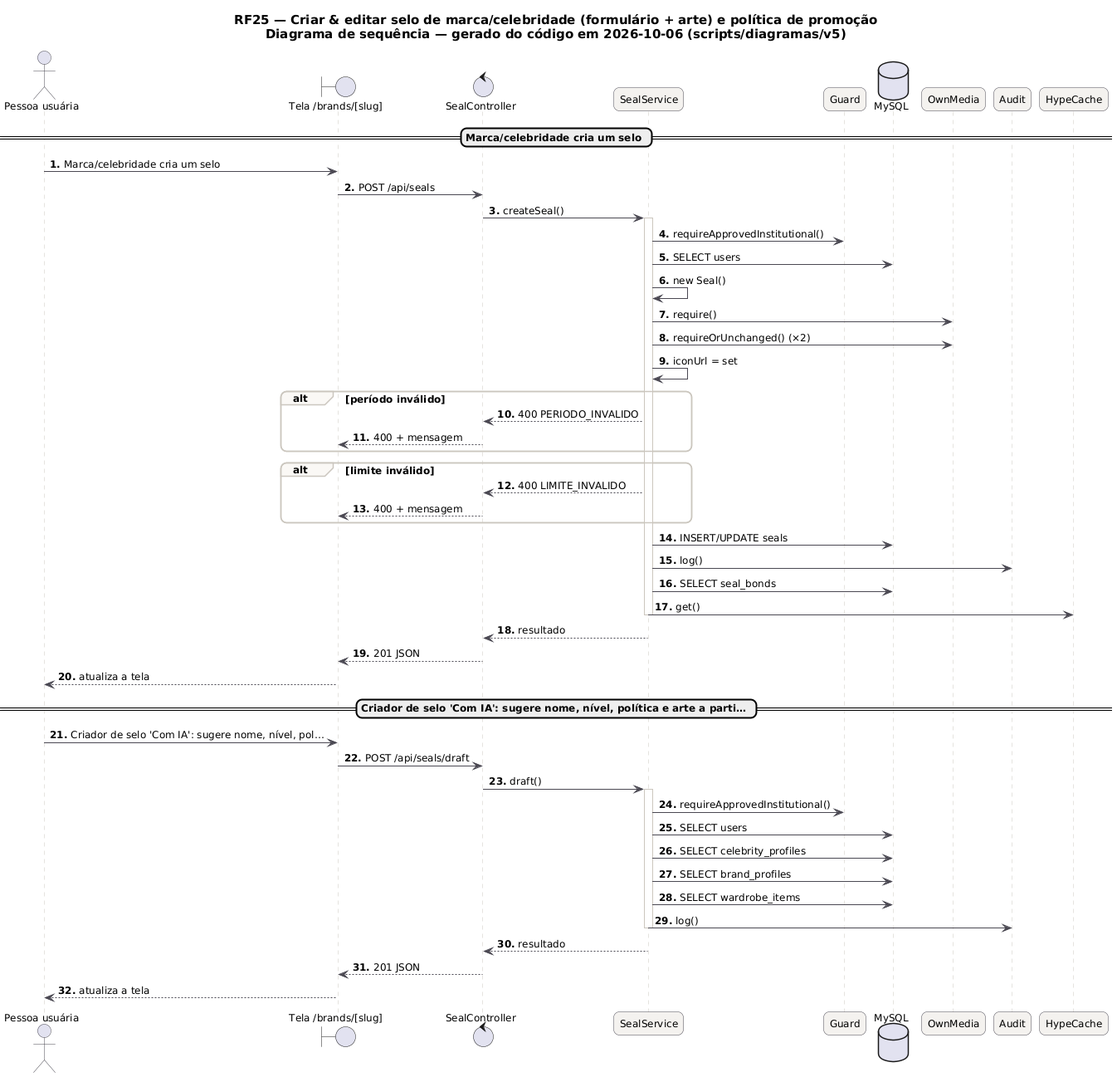
The PlantUML diagram docs/diagramas/RF25/RF25_Sequencia.png in MatheusHaliski/tcc-2026-fashion-ai-backend, before a commit.
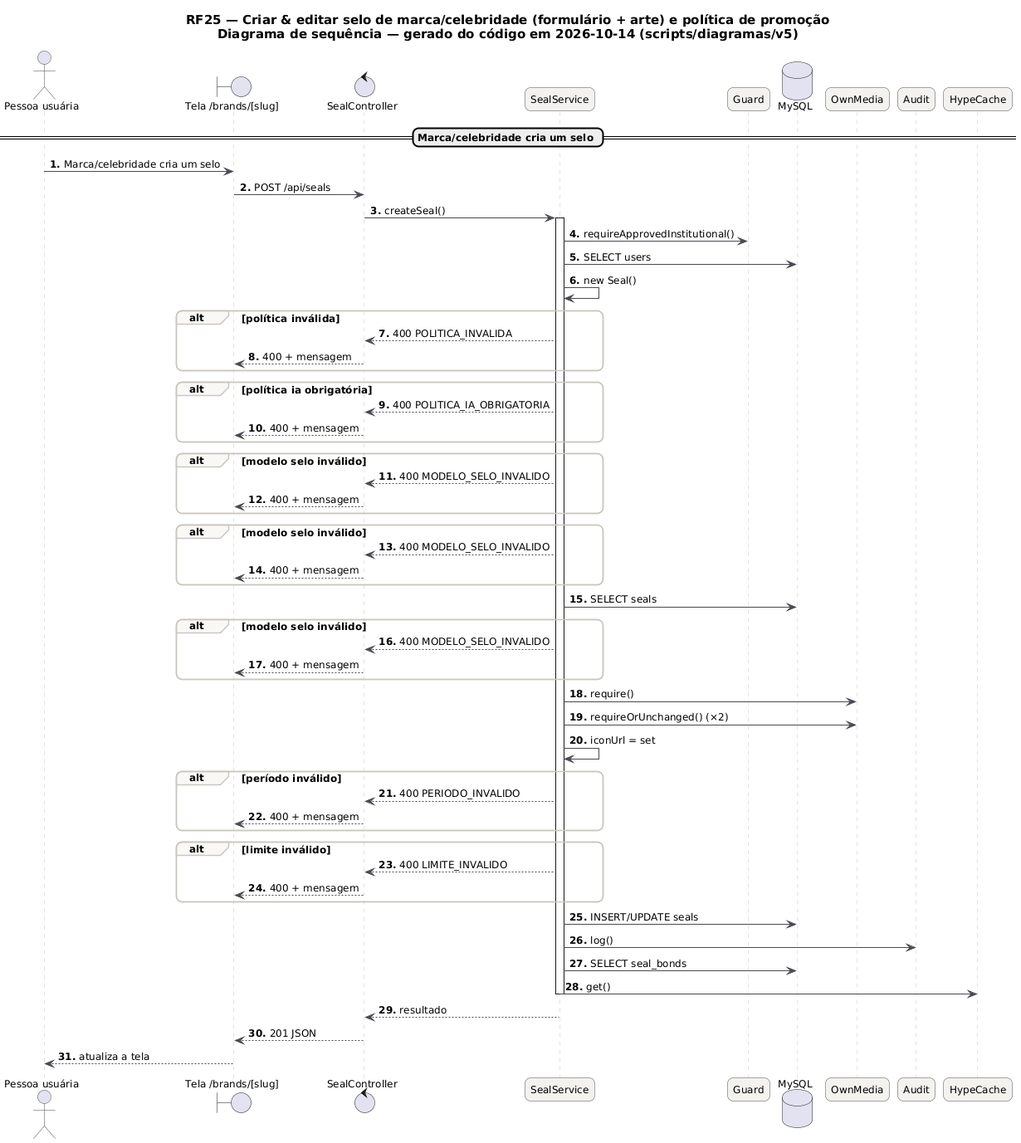
The same file after the commit.

What changed in the source:
```diff
@@ -21,7 +21,7 @@
   GroupBackgroundColor #FAF8F5
 }
 autonumber "<b>0."
-title RF25 — Criar & editar selo de marca/celebridade (formulário + arte) e política de promoção\nDiagrama de sequência — gerado do código em 2026-10-06 (scripts/diagramas/v5)
+title RF25 — Criar & editar selo de marca/celebridade (formulário + arte) e política de promoção\nDiagrama de sequência — gerado do código em 2026-10-14 (scripts/diagramas/v5)
 
 actor "Pessoa usuária" as U
 boundary "Tela /brands/[slug]" as P
@@ -40,6 +40,27 @@
 SealService -> Guard : requireApprovedInstitutional()
 SealService -> DB_MySQL : SELECT users
 SealService -> SealService : new Seal()
+alt política inválida
+SealService --> SealController : 400 POLITICA_INVALIDA
+SealController --> P : 400 + mensagem
+end
+alt política ia obrigatória
+SealService --> SealController : 400 POLITICA_IA_OBRIGATORIA
+SealController --> P : 400 + mensagem
+end
+alt modelo selo inválido
+SealService --> SealController : 400 MODELO_SELO_INVALIDO
+SealController --> P : 400 + mensagem
+end
+alt modelo selo inválido
+SealService --> SealController : 400 MODELO_SELO_INVALIDO
+SealController --> P : 400 + mensagem
+end
+SealService -> DB_MySQL : SELECT seals
+alt modelo selo inválido
+SealService --> SealController : 400 MODELO_SELO_INVALIDO
+SealController --> P : 400 + mensagem
+end
 SealService -> OwnMedia : require()
 SealService -> OwnMedia : requireOrUnchanged() (×2)
 SealService -> SealService : iconUrl = set
@@ -59,19 +80,4 @@
 SealService --> SealController : resultado
 SealController --> P : 201 JSON
 P --> U : atualiza a tela
-== Criador de selo 'Com IA': sugere nome, nível, política e arte a parti… ==
-U -> P : Criador de selo 'Com IA': sugere nome, nível, pol…
-P -> SealController : POST /api/seals/draft
-SealController -> SealService : draft()
-activate SealService
-SealService -> Guard : requireApprovedInstitutional()
-SealService -> DB_MySQL : SELECT users
-SealService -> DB_MySQL : SELECT celebrity_profiles
-SealService -> DB_MySQL : SELECT brand_profiles
-SealService -> DB_MySQL : SELECT wardrobe_items
-SealService -> Audit : log()
-deactivate SealService
-SealService --> SealController : resultado
-SealController --> P : 201 JSON
-P --> U : atualiza a tela
 @enduml
```
